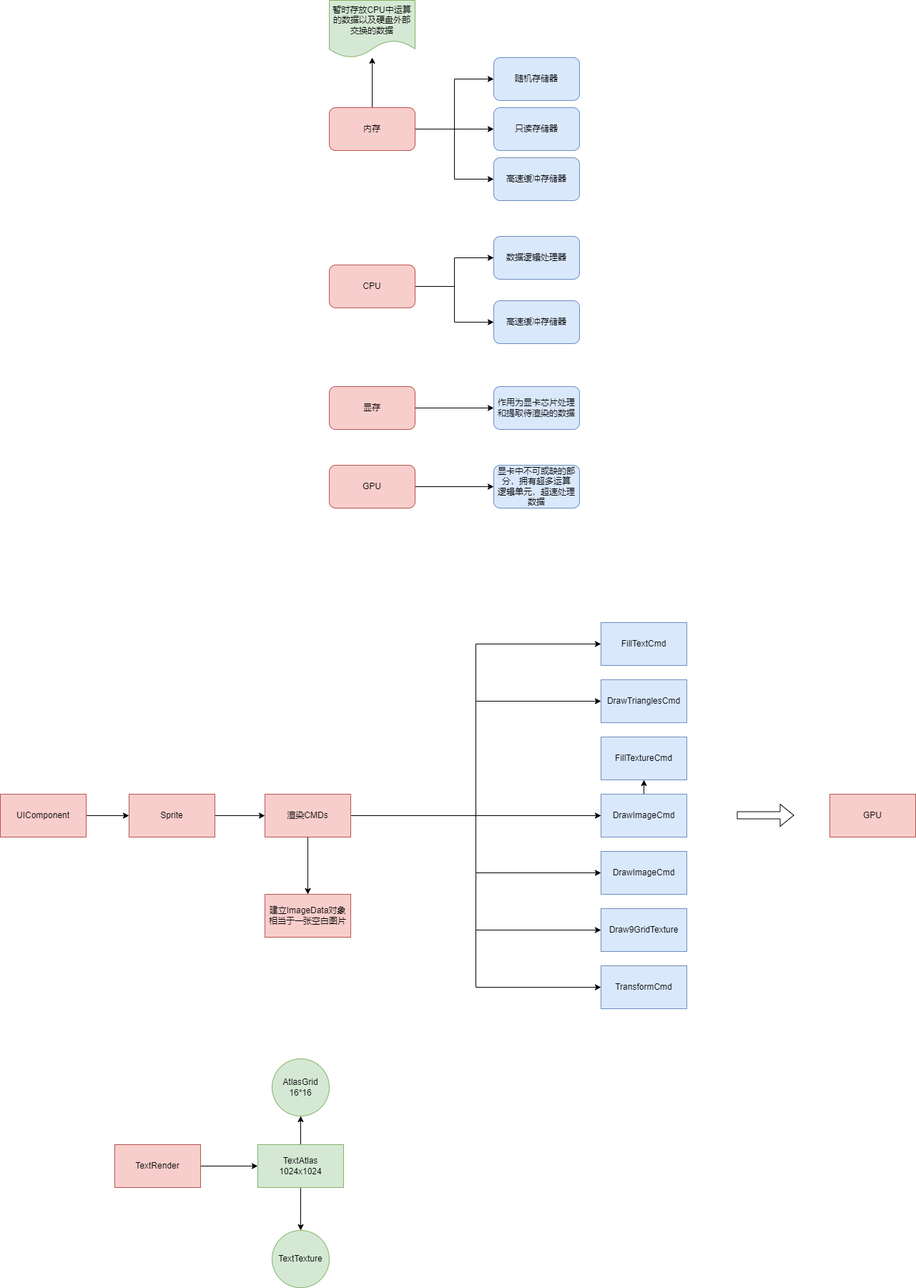
Before: 未命名绘图.drawio.png, a diagram exported from draw.io (nikeoboy/mahjong). Source tidied: cells renumbered, new cells last; positions are measured from the earlier drawing's top-left corner, leaving out a move shared by most shapes.
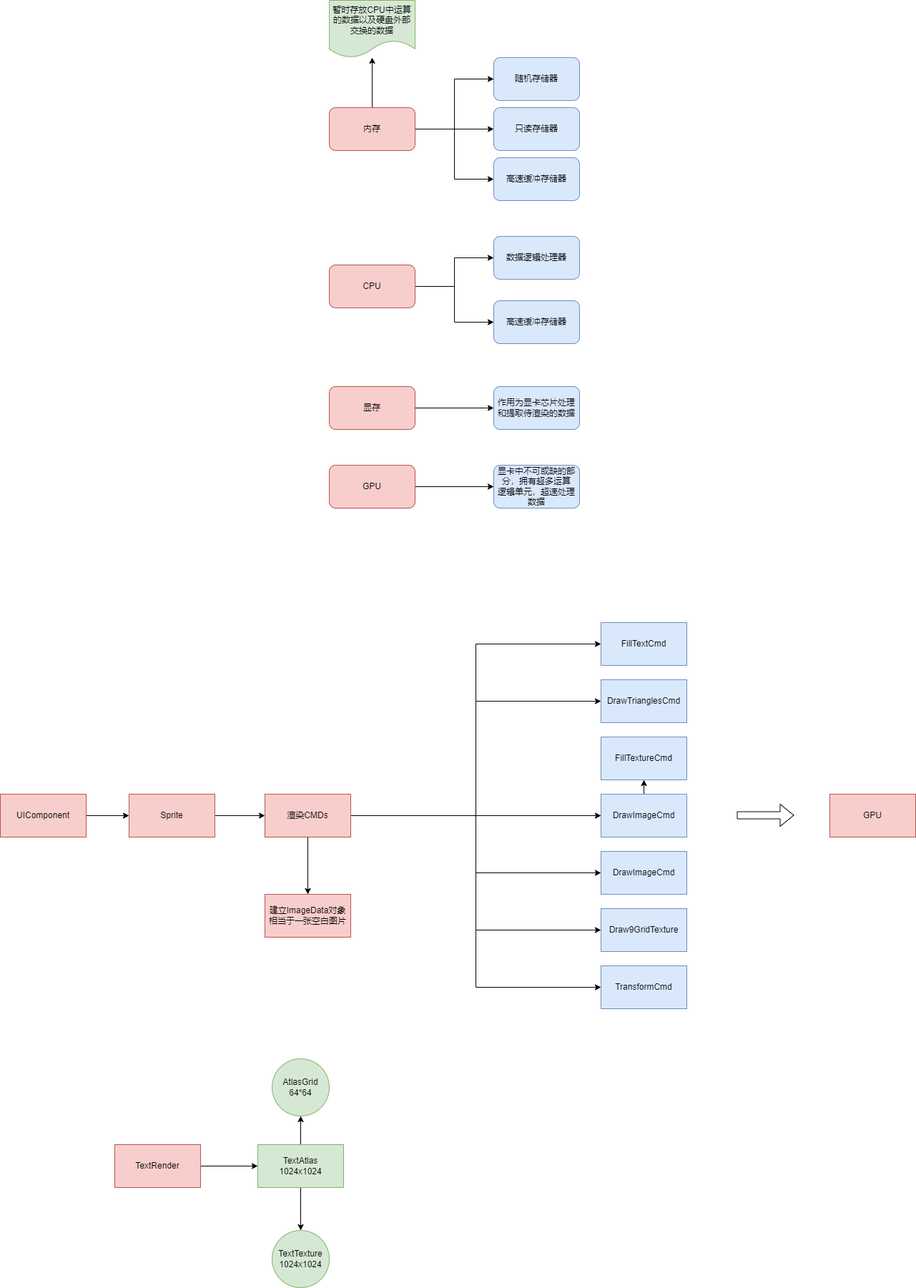
The same diagram one commit later.

Commit message:
更新未命名绘图.drawio.png

The edit, as a diff of the source:
```diff
@@ -149,10 +149,10 @@
     <mxCell id="49" value="TextAtlas&lt;br&gt;1024x1024" style="whiteSpace=wrap;html=1;fillColor=#d5e8d4;strokeColor=#82b366;rounded=0;" parent="1" vertex="1">
       <mxGeometry x="360" y="1600" width="120" height="60" as="geometry" />
     </mxCell>
-    <mxCell id="50" value="AtlasGrid&lt;br&gt;16*16" style="ellipse;whiteSpace=wrap;html=1;fillColor=#d5e8d4;strokeColor=#82b366;rounded=0;" parent="1" vertex="1">
+    <mxCell id="50" value="AtlasGrid&lt;br&gt;64*64" style="ellipse;whiteSpace=wrap;html=1;fillColor=#d5e8d4;strokeColor=#82b366;rounded=0;" parent="1" vertex="1">
       <mxGeometry x="380" y="1480" width="80" height="80" as="geometry" />
     </mxCell>
-    <mxCell id="51" value="TextTexture" style="ellipse;whiteSpace=wrap;html=1;fillColor=#d5e8d4;strokeColor=#82b366;rounded=0;" parent="1" vertex="1">
+    <mxCell id="51" value="TextTexture&lt;br&gt;1024x1024" style="ellipse;whiteSpace=wrap;html=1;fillColor=#d5e8d4;strokeColor=#82b366;rounded=0;" parent="1" vertex="1">
       <mxGeometry x="380" y="1720" width="80" height="80" as="geometry" />
     </mxCell>
   </root>
```
